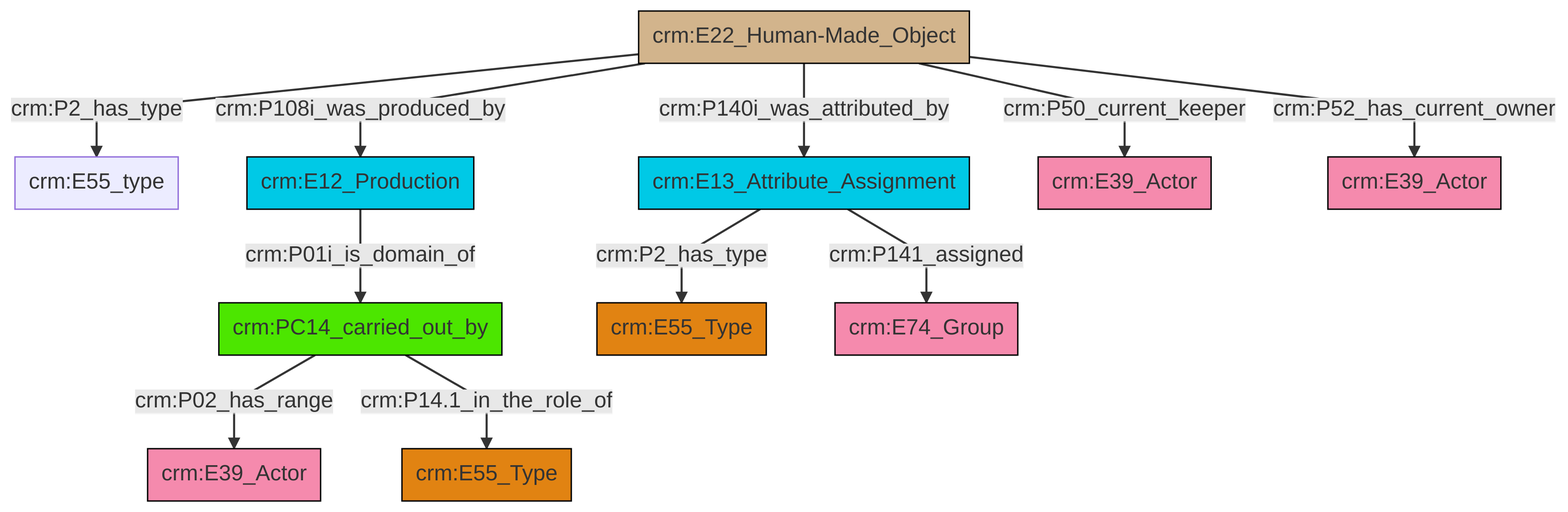
Before: et/artworkCSV/ttl/mmd/png/Artwork_Actor_Relations.png, a diagram exported from Mermaid (swiss-art-research-net/docs.swissartresearch). Its source is kept beside it as et/artworkCSV/ttl/mmd/Artwork_Actor_Relations.ttl.mmd.
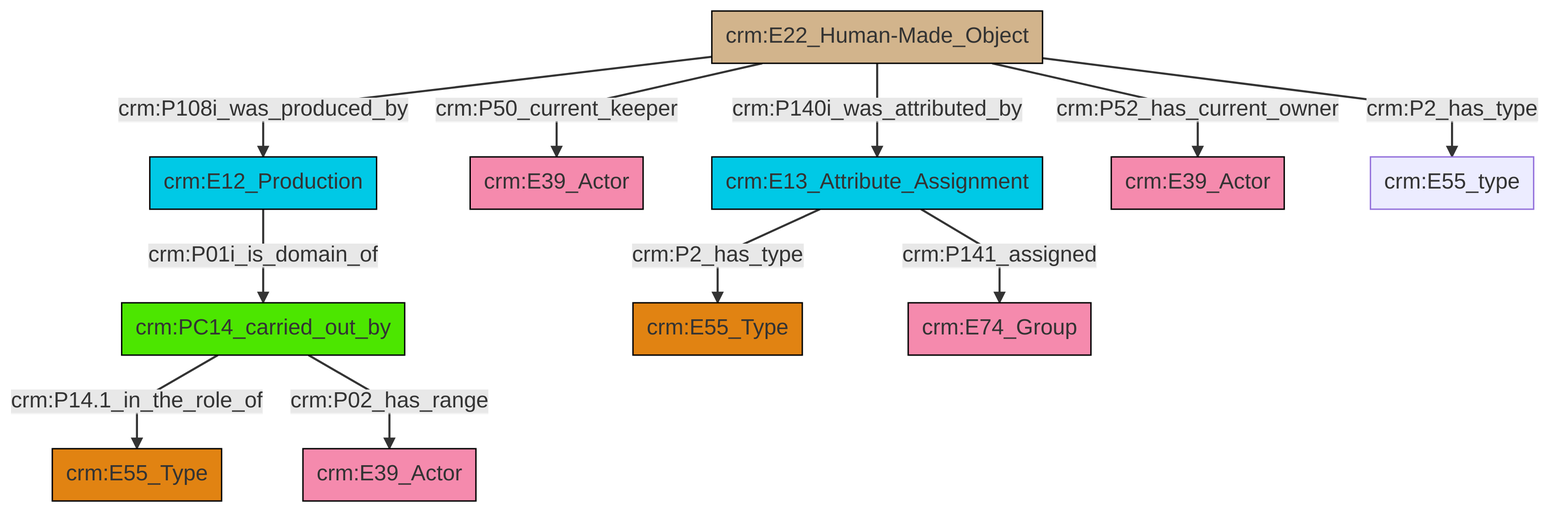
The same file after the commit.

The edit, as a diff of the source:
```diff
@@ -13,13 +13,13 @@
 classDef PC_Classes fill:#4ce600, stroke:#000000;
 classDef Multi fill:#cccccc,stroke:#000000;
 
-0["crm:E22_Human-Made_Object"]:::Physical_Thing -->|crm:P2_has_type| 1["crm:E55_type"]:::Default
-5["crm:PC14_carried_out_by"]:::PC_Classes -->|crm:P02_has_range| 3["crm:E39_Actor"]:::Actor
-6["crm:E12_Production"]:::Temporal_Entity -->|crm:P01i_is_domain_of| 5["crm:PC14_carried_out_by"]:::PC_Classes
-0["crm:E22_Human-Made_Object"]:::Physical_Thing -->|crm:P140i_was_attributed_by| 8["crm:E13_Attribute_Assignment"]:::Temporal_Entity
-8["crm:E13_Attribute_Assignment"]:::Temporal_Entity -->|crm:P2_has_type| 12["crm:E55_Type"]:::Type
-0["crm:E22_Human-Made_Object"]:::Physical_Thing -->|crm:P50_current_keeper| 13["crm:E39_Actor"]:::Actor
-5["crm:PC14_carried_out_by"]:::PC_Classes -->|crm:P14.1_in_the_role_of| 10["crm:E55_Type"]:::Type
-0["crm:E22_Human-Made_Object"]:::Physical_Thing -->|crm:P108i_was_produced_by| 6["crm:E12_Production"]:::Temporal_Entity
-0["crm:E22_Human-Made_Object"]:::Physical_Thing -->|crm:P52_has_current_owner| 14["crm:E39_Actor"]:::Actor
-8["crm:E13_Attribute_Assignment"]:::Temporal_Entity -->|crm:P141_assigned| 21["crm:E74_Group"]:::Actor
+0["crm:E12_Production"]:::Temporal_Entity -->|crm:P01i_is_domain_of| 2["crm:PC14_carried_out_by"]:::PC_Classes
+4["crm:E22_Human-Made_Object"]:::Physical_Thing -->|crm:P108i_was_produced_by| 0["crm:E12_Production"]:::Temporal_Entity
+4["crm:E22_Human-Made_Object"]:::Physical_Thing -->|crm:P140i_was_attributed_by| 8["crm:E13_Attribute_Assignment"]:::Temporal_Entity
+4["crm:E22_Human-Made_Object"]:::Physical_Thing -->|crm:P52_has_current_owner| 9["crm:E39_Actor"]:::Actor
+2["crm:PC14_carried_out_by"]:::PC_Classes -->|crm:P14.1_in_the_role_of| 15["crm:E55_Type"]:::Type
+8["crm:E13_Attribute_Assignment"]:::Temporal_Entity -->|crm:P2_has_type| 11["crm:E55_Type"]:::Type
+2["crm:PC14_carried_out_by"]:::PC_Classes -->|crm:P02_has_range| 17["crm:E39_Actor"]:::Actor
+4["crm:E22_Human-Made_Object"]:::Physical_Thing -->|crm:P50_current_keeper| 6["crm:E39_Actor"]:::Actor
+8["crm:E13_Attribute_Assignment"]:::Temporal_Entity -->|crm:P141_assigned| 19["crm:E74_Group"]:::Actor
+4["crm:E22_Human-Made_Object"]:::Physical_Thing -->|crm:P2_has_type| 13["crm:E55_type"]:::Default
```
